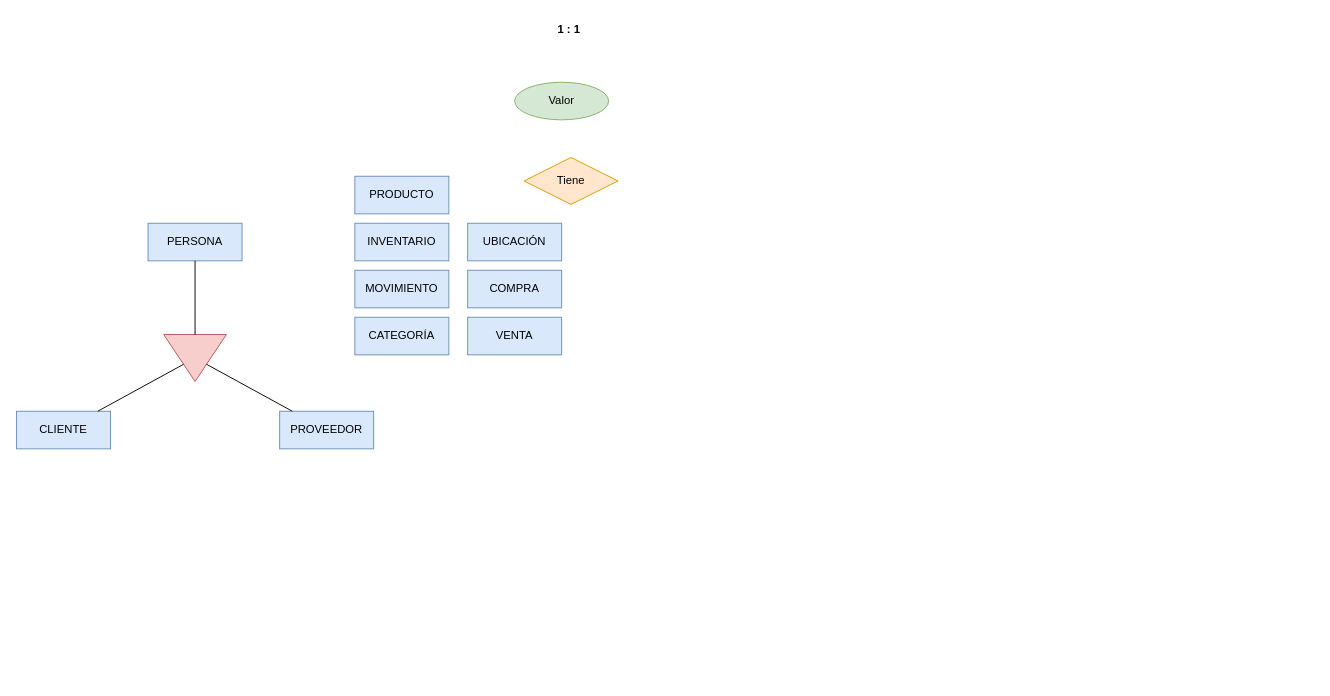
The draw.io diagram DiagramaERD_Inventario.drawio in AngelDavidStudios/Diagramas_BdD_1, before the edit. Source tidied: cells renumbered, new cells numbered last; positions are measured from the earlier drawing's top-left corner, leaving out a move shared by most shapes. Both pictures are drawn from the tidied source at 94%, with x=0, y=0 at pixel (16, 16).
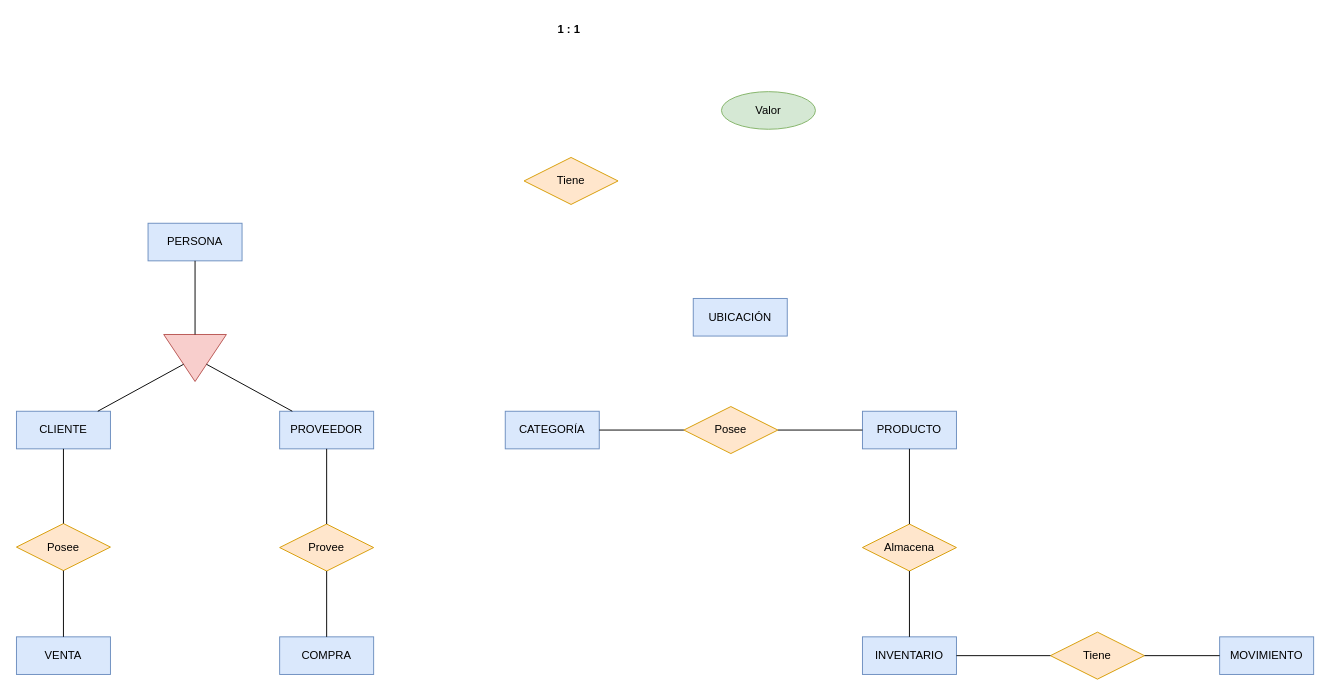
Above is the later version.

The change refers to these unchanged cells:
```xml
<mxCell id="6" value="CLIENTE" style="whiteSpace=wrap;html=1;align=center;fillColor=#dae8fc;strokeColor=#6c8ebf;" parent="1" vertex="1">
  <mxGeometry y="420" width="100" height="40" as="geometry" />
</mxCell>
<mxCell id="7" value="PROVEEDOR" style="whiteSpace=wrap;html=1;align=center;fillColor=#dae8fc;strokeColor=#6c8ebf;" parent="1" vertex="1">
  <mxGeometry x="280" y="420" width="100" height="40" as="geometry" />
</mxCell>
```

Diff of the diagram source:
```diff
@@
     <mxCell id="5" value="Valor" style="ellipse;whiteSpace=wrap;html=1;align=center;fillColor=#d5e8d4;strokeColor=#82b366;" parent="1" vertex="1">
-      <mxGeometry x="530" y="70" width="100" height="40" as="geometry" />
+      <mxGeometry x="750" y="80" width="100" height="40" as="geometry" />
     </mxCell>
@@
     <mxCell id="8" value="PRODUCTO" style="whiteSpace=wrap;html=1;align=center;fillColor=#dae8fc;strokeColor=#6c8ebf;" parent="1" vertex="1">
-      <mxGeometry x="360" y="170" width="100" height="40" as="geometry" />
+      <mxGeometry x="900" y="420" width="100" height="40" as="geometry" />
     </mxCell>
     <mxCell id="9" value="INVENTARIO" style="whiteSpace=wrap;html=1;align=center;fillColor=#dae8fc;strokeColor=#6c8ebf;" parent="1" vertex="1">
-      <mxGeometry x="360" y="220" width="100" height="40" as="geometry" />
+      <mxGeometry x="900" y="660" width="100" height="40" as="geometry" />
     </mxCell>
     <mxCell id="10" value="MOVIMIENTO" style="whiteSpace=wrap;html=1;align=center;fillColor=#dae8fc;strokeColor=#6c8ebf;" parent="1" vertex="1">
-      <mxGeometry x="360" y="270" width="100" height="40" as="geometry" />
+      <mxGeometry x="1280" y="660" width="100" height="40" as="geometry" />
     </mxCell>
     <mxCell id="11" value="CATEGORÍA" style="whiteSpace=wrap;html=1;align=center;fillColor=#dae8fc;strokeColor=#6c8ebf;" parent="1" vertex="1">
-      <mxGeometry x="360" y="320" width="100" height="40" as="geometry" />
+      <mxGeometry x="520" y="420" width="100" height="40" as="geometry" />
     </mxCell>
     <mxCell id="12" value="UBICACIÓN" style="whiteSpace=wrap;html=1;align=center;fillColor=#dae8fc;strokeColor=#6c8ebf;" parent="1" vertex="1">
-      <mxGeometry x="480" y="220" width="100" height="40" as="geometry" />
+      <mxGeometry x="720" y="300" width="100" height="40" as="geometry" />
     </mxCell>
     <mxCell id="13" value="COMPRA" style="whiteSpace=wrap;html=1;align=center;fillColor=#dae8fc;strokeColor=#6c8ebf;" parent="1" vertex="1">
-      <mxGeometry x="480" y="270" width="100" height="40" as="geometry" />
+      <mxGeometry x="280" y="660" width="100" height="40" as="geometry" />
     </mxCell>
     <mxCell id="14" value="VENTA" style="whiteSpace=wrap;html=1;align=center;fillColor=#dae8fc;strokeColor=#6c8ebf;" parent="1" vertex="1">
-      <mxGeometry x="480" y="320" width="100" height="40" as="geometry" />
+      <mxGeometry y="660" width="100" height="40" as="geometry" />
     </mxCell>
@@
+    <mxCell id="19" value="Posee" style="shape=rhombus;perimeter=rhombusPerimeter;whiteSpace=wrap;html=1;align=center;fillColor=#ffe6cc;strokeColor=#d79b00;" parent="1" vertex="1">
+      <mxGeometry y="539.5" width="100" height="50" as="geometry" />
+    </mxCell>
+    <mxCell id="20" style="endArrow=none;html=1;rounded=0;" parent="1" edge="1" source="6" target="19">
+      <mxGeometry relative="1" as="geometry" />
+    </mxCell>
+    <mxCell id="21" style="endArrow=none;html=1;rounded=0;" parent="1" edge="1" source="19" target="14">
+      <mxGeometry relative="1" as="geometry" />
+    </mxCell>
+    <mxCell id="22" value="Provee" style="shape=rhombus;perimeter=rhombusPerimeter;whiteSpace=wrap;html=1;align=center;fillColor=#ffe6cc;strokeColor=#d79b00;" parent="1" vertex="1">
+      <mxGeometry x="280" y="540" width="100" height="50" as="geometry" />
+    </mxCell>
+    <mxCell id="23" style="endArrow=none;html=1;rounded=0;" parent="1" edge="1" source="7" target="22">
+      <mxGeometry relative="1" as="geometry" />
+    </mxCell>
+    <mxCell id="24" style="endArrow=none;html=1;rounded=0;" parent="1" edge="1" source="22" target="13">
+      <mxGeometry relative="1" as="geometry" />
+    </mxCell>
+    <mxCell id="25" value="Posee" style="shape=rhombus;perimeter=rhombusPerimeter;whiteSpace=wrap;html=1;align=center;fillColor=#ffe6cc;strokeColor=#d79b00;" parent="1" vertex="1">
+      <mxGeometry x="710" y="415" width="100" height="50" as="geometry" />
+    </mxCell>
+    <mxCell id="26" style="endArrow=none;html=1;rounded=0;" parent="1" edge="1" source="11" target="25">
+      <mxGeometry relative="1" as="geometry" />
+    </mxCell>
+    <mxCell id="27" style="endArrow=none;html=1;rounded=0;" parent="1" edge="1" source="25" target="8">
+      <mxGeometry relative="1" as="geometry" />
+    </mxCell>
+    <mxCell id="28" value="Almacena" style="shape=rhombus;perimeter=rhombusPerimeter;whiteSpace=wrap;html=1;align=center;fillColor=#ffe6cc;strokeColor=#d79b00;" parent="1" vertex="1">
+      <mxGeometry x="900" y="540" width="100" height="50" as="geometry" />
+    </mxCell>
+    <mxCell id="29" style="endArrow=none;html=1;rounded=0;" parent="1" edge="1" source="8" target="28">
+      <mxGeometry relative="1" as="geometry" />
+    </mxCell>
+    <mxCell id="30" style="endArrow=none;html=1;rounded=0;" parent="1" edge="1" source="28" target="9">
+      <mxGeometry relative="1" as="geometry" />
+    </mxCell>
+    <mxCell id="31" value="Tiene" style="shape=rhombus;perimeter=rhombusPerimeter;whiteSpace=wrap;html=1;align=center;fillColor=#ffe6cc;strokeColor=#d79b00;" parent="1" vertex="1">
+      <mxGeometry x="1100" y="655" width="100" height="50" as="geometry" />
+    </mxCell>
+    <mxCell id="32" style="endArrow=none;html=1;rounded=0;" parent="1" edge="1" source="9" target="31">
+      <mxGeometry relative="1" as="geometry" />
+    </mxCell>
+    <mxCell id="33" style="endArrow=none;html=1;rounded=0;" parent="1" edge="1" source="31" target="10">
+      <mxGeometry relative="1" as="geometry" />
+    </mxCell>
```
